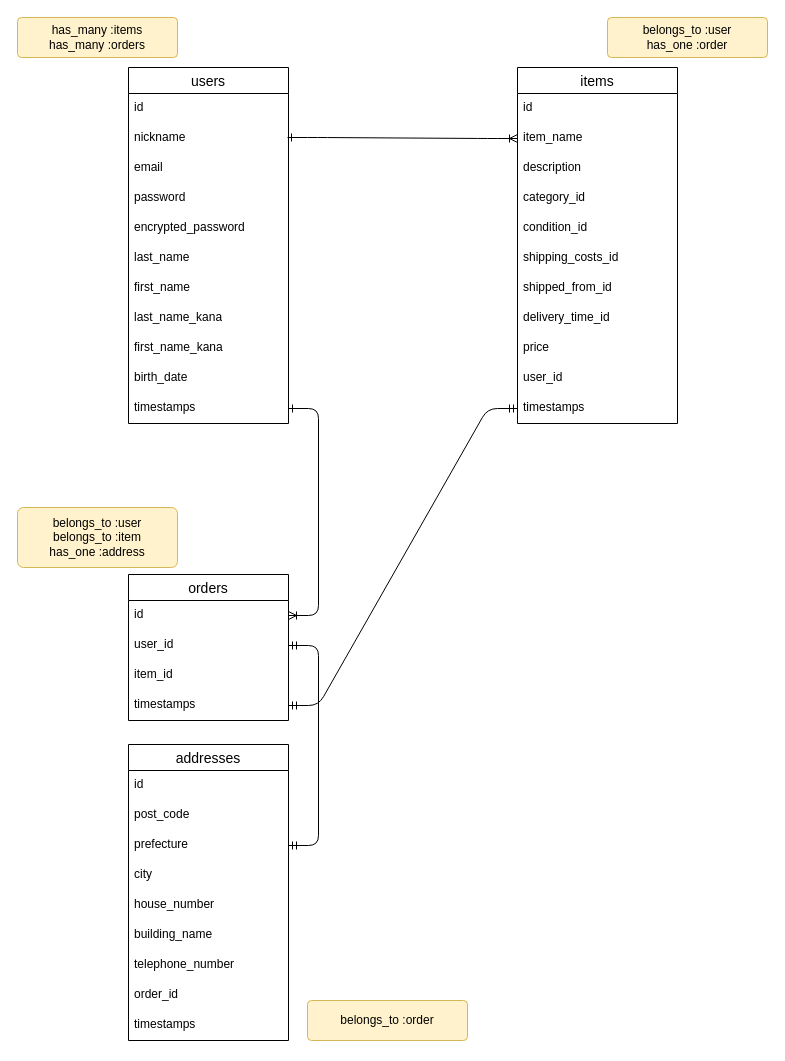
The draw.io diagram furima.dio in tomaton-not/furima-42446, before the edit. Source tidied: cells renumbered, new cells numbered last; positions are measured from the earlier drawing's top-left corner, leaving out a move shared by most shapes. Both pictures are drawn from the tidied source at 100%, with x=0, y=0 at pixel (17, 17).
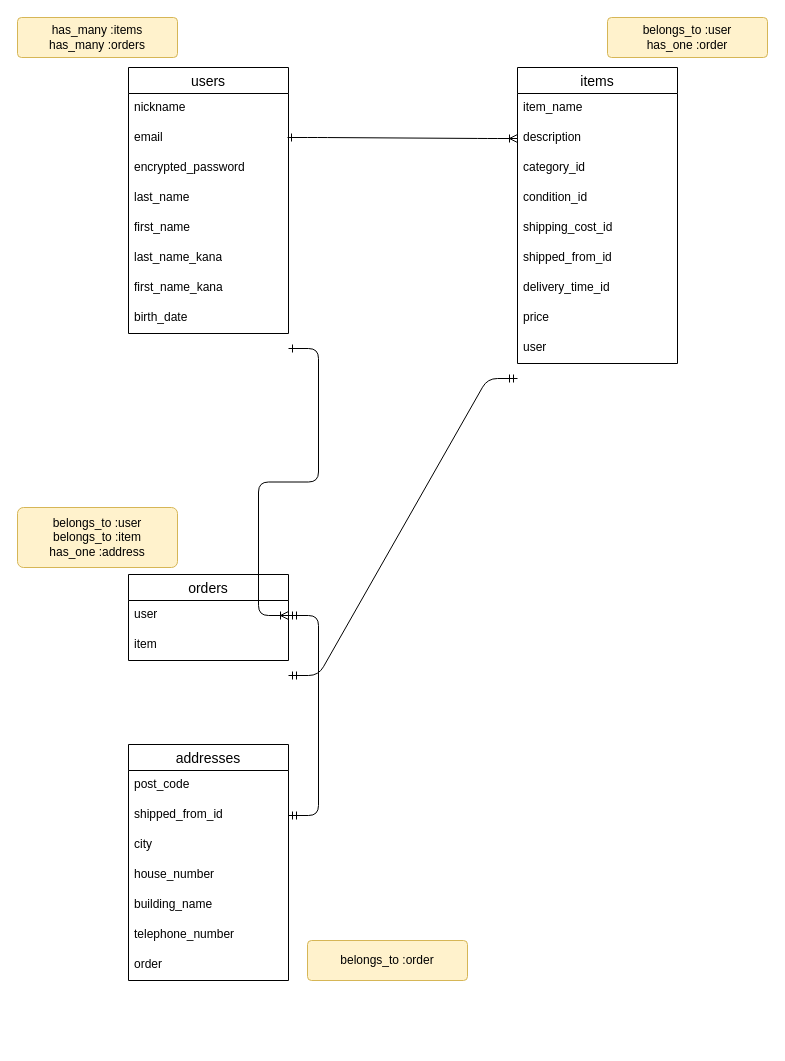
Above is the later version.

Commit message (it also covers changes not shown here):
READMEとER図の修正

The edit, as a diff of the source:
```diff
@@
     <mxCell id="2" value="users" style="swimlane;fontStyle=0;horizontal=1;startSize=26;align=center;fontSize=14;" parent="1" vertex="1">
-      <mxGeometry x="111" y="50" width="160" height="356" as="geometry" />
+      <mxGeometry x="111" y="50" width="160" height="266" as="geometry" />
     </mxCell>
-    <mxCell id="3" value="id" style="text;strokeColor=none;fillColor=none;spacingLeft=4;spacingRight=4;overflow=hidden;fontSize=12;whiteSpace=wrap;html=1;" parent="2" vertex="1">
-      <mxGeometry y="26" width="160" height="30" as="geometry" />
-    </mxCell>
     <mxCell id="4" value="nickname" style="text;strokeColor=none;fillColor=none;spacingLeft=4;spacingRight=4;overflow=hidden;fontSize=12;whiteSpace=wrap;html=1;" parent="2" vertex="1">
-      <mxGeometry y="56" width="160" height="30" as="geometry" />
+      <mxGeometry y="26" width="160" height="30" as="geometry" />
     </mxCell>
     <mxCell id="5" value="email" style="text;strokeColor=none;fillColor=none;spacingLeft=4;spacingRight=4;overflow=hidden;fontSize=12;whiteSpace=wrap;html=1;" parent="2" vertex="1">
-      <mxGeometry y="86" width="160" height="30" as="geometry" />
+      <mxGeometry y="56" width="160" height="30" as="geometry" />
     </mxCell>
-    <mxCell id="6" value="password" style="text;strokeColor=none;fillColor=none;spacingLeft=4;spacingRight=4;overflow=hidden;fontSize=12;whiteSpace=wrap;html=1;" parent="2" vertex="1">
-      <mxGeometry y="116" width="160" height="30" as="geometry" />
-    </mxCell>
     <mxCell id="7" value="encrypted_password" style="text;strokeColor=none;fillColor=none;spacingLeft=4;spacingRight=4;overflow=hidden;fontSize=12;whiteSpace=wrap;html=1;" parent="2" vertex="1">
-      <mxGeometry y="146" width="160" height="30" as="geometry" />
+      <mxGeometry y="86" width="160" height="30" as="geometry" />
     </mxCell>
     <mxCell id="8" value="last_name" style="text;strokeColor=none;fillColor=none;spacingLeft=4;spacingRight=4;overflow=hidden;fontSize=12;whiteSpace=wrap;html=1;" parent="2" vertex="1">
-      <mxGeometry y="176" width="160" height="30" as="geometry" />
+      <mxGeometry y="116" width="160" height="30" as="geometry" />
     </mxCell>
     <mxCell id="9" value="first_name" style="text;strokeColor=none;fillColor=none;spacingLeft=4;spacingRight=4;overflow=hidden;fontSize=12;whiteSpace=wrap;html=1;" parent="2" vertex="1">
-      <mxGeometry y="206" width="160" height="30" as="geometry" />
+      <mxGeometry y="146" width="160" height="30" as="geometry" />
     </mxCell>
     <mxCell id="10" value="last_name_kana" style="text;strokeColor=none;fillColor=none;spacingLeft=4;spacingRight=4;overflow=hidden;fontSize=12;whiteSpace=wrap;html=1;" parent="2" vertex="1">
-      <mxGeometry y="236" width="160" height="30" as="geometry" />
+      <mxGeometry y="176" width="160" height="30" as="geometry" />
     </mxCell>
     <mxCell id="11" value="first_name_kana" style="text;strokeColor=none;fillColor=none;spacingLeft=4;spacingRight=4;overflow=hidden;fontSize=12;whiteSpace=wrap;html=1;" parent="2" vertex="1">
-      <mxGeometry y="266" width="160" height="30" as="geometry" />
+      <mxGeometry y="206" width="160" height="30" as="geometry" />
     </mxCell>
     <mxCell id="12" value="birth_date" style="text;strokeColor=none;fillColor=none;spacingLeft=4;spacingRight=4;overflow=hidden;fontSize=12;whiteSpace=wrap;html=1;" parent="2" vertex="1">
-      <mxGeometry y="296" width="160" height="30" as="geometry" />
+      <mxGeometry y="236" width="160" height="30" as="geometry" />
     </mxCell>
-    <mxCell id="13" value="timestamps" style="text;strokeColor=none;fillColor=none;spacingLeft=4;spacingRight=4;overflow=hidden;points=[[0,0.5],[1,0.5]];portConstraint=eastwest;fontSize=12;whiteSpace=wrap;html=1;" parent="2" vertex="1">
-      <mxGeometry y="326" width="160" height="30" as="geometry" />
-    </mxCell>
     <mxCell id="14" value="items" style="swimlane;fontStyle=0;horizontal=1;startSize=26;align=center;fontSize=14;" parent="1" vertex="1">
-      <mxGeometry x="500" y="50" width="160" height="356" as="geometry" />
+      <mxGeometry x="500" y="50" width="160" height="296" as="geometry" />
     </mxCell>
-    <mxCell id="15" value="id" style="text;strokeColor=none;fillColor=none;spacingLeft=4;spacingRight=4;overflow=hidden;fontSize=12;whiteSpace=wrap;html=1;" parent="14" vertex="1">
-      <mxGeometry y="26" width="160" height="30" as="geometry" />
-    </mxCell>
     <mxCell id="16" value="item_name" style="text;strokeColor=none;fillColor=none;spacingLeft=4;spacingRight=4;overflow=hidden;fontSize=12;whiteSpace=wrap;html=1;" parent="14" vertex="1">
-      <mxGeometry y="56" width="160" height="30" as="geometry" />
+      <mxGeometry y="26" width="160" height="30" as="geometry" />
     </mxCell>
     <mxCell id="17" value="description" style="text;strokeColor=none;fillColor=none;spacingLeft=4;spacingRight=4;overflow=hidden;fontSize=12;whiteSpace=wrap;html=1;" parent="14" vertex="1">
-      <mxGeometry y="86" width="160" height="30" as="geometry" />
+      <mxGeometry y="56" width="160" height="30" as="geometry" />
     </mxCell>
     <mxCell id="18" value="category_id" style="text;strokeColor=none;fillColor=none;spacingLeft=4;spacingRight=4;overflow=hidden;fontSize=12;whiteSpace=wrap;html=1;" parent="14" vertex="1">
-      <mxGeometry y="116" width="160" height="30" as="geometry" />
+      <mxGeometry y="86" width="160" height="30" as="geometry" />
     </mxCell>
     <mxCell id="19" value="condition_id" style="text;strokeColor=none;fillColor=none;spacingLeft=4;spacingRight=4;overflow=hidden;fontSize=12;whiteSpace=wrap;html=1;" parent="14" vertex="1">
-      <mxGeometry y="146" width="160" height="30" as="geometry" />
+      <mxGeometry y="116" width="160" height="30" as="geometry" />
     </mxCell>
-    <mxCell id="20" value="shipping_costs_id" style="text;strokeColor=none;fillColor=none;spacingLeft=4;spacingRight=4;overflow=hidden;fontSize=12;whiteSpace=wrap;html=1;" parent="14" vertex="1">
-      <mxGeometry y="176" width="160" height="30" as="geometry" />
+    <mxCell id="20" value="shipping_cost_id" style="text;strokeColor=none;fillColor=none;spacingLeft=4;spacingRight=4;overflow=hidden;fontSize=12;whiteSpace=wrap;html=1;" parent="14" vertex="1">
+      <mxGeometry y="146" width="160" height="30" as="geometry" />
     </mxCell>
     <mxCell id="21" value="shipped_from_id" style="text;strokeColor=none;fillColor=none;spacingLeft=4;spacingRight=4;overflow=hidden;fontSize=12;whiteSpace=wrap;html=1;" parent="14" vertex="1">
-      <mxGeometry y="206" width="160" height="30" as="geometry" />
+      <mxGeometry y="176" width="160" height="30" as="geometry" />
     </mxCell>
     <mxCell id="22" value="delivery_time_id" style="text;strokeColor=none;fillColor=none;spacingLeft=4;spacingRight=4;overflow=hidden;fontSize=12;whiteSpace=wrap;html=1;" parent="14" vertex="1">
-      <mxGeometry y="236" width="160" height="30" as="geometry" />
+      <mxGeometry y="206" width="160" height="30" as="geometry" />
     </mxCell>
     <mxCell id="23" value="&lt;span style=&quot;color: rgb(0, 0, 0);&quot;&gt;price&lt;/span&gt;" style="text;strokeColor=none;fillColor=none;spacingLeft=4;spacingRight=4;overflow=hidden;fontSize=12;whiteSpace=wrap;html=1;" parent="14" vertex="1">
-      <mxGeometry y="266" width="160" height="30" as="geometry" />
+      <mxGeometry y="236" width="160" height="30" as="geometry" />
     </mxCell>
-    <mxCell id="24" value="user_id" style="text;strokeColor=none;fillColor=none;spacingLeft=4;spacingRight=4;overflow=hidden;fontSize=12;whiteSpace=wrap;html=1;" parent="14" vertex="1">
-      <mxGeometry y="296" width="160" height="30" as="geometry" />
+    <mxCell id="24" value="user" style="text;strokeColor=none;fillColor=none;spacingLeft=4;spacingRight=4;overflow=hidden;fontSize=12;whiteSpace=wrap;html=1;" parent="14" vertex="1">
+      <mxGeometry y="266" width="160" height="30" as="geometry" />
     </mxCell>
-    <mxCell id="25" value="&lt;span style=&quot;color: rgb(0, 0, 0);&quot;&gt;timestamps&lt;/span&gt;" style="text;strokeColor=none;fillColor=none;spacingLeft=4;spacingRight=4;overflow=hidden;points=[[0,0.5],[1,0.5]];portConstraint=eastwest;fontSize=12;whiteSpace=wrap;html=1;" parent="14" vertex="1">
-      <mxGeometry y="326" width="160" height="30" as="geometry" />
-    </mxCell>
@@
     <mxCell id="27" value="orders" style="swimlane;fontStyle=0;horizontal=1;startSize=26;align=center;fontSize=14;" parent="1" vertex="1">
-      <mxGeometry x="111" y="557" width="160" height="146" as="geometry" />
+      <mxGeometry x="111" y="557" width="160" height="86" as="geometry" />
     </mxCell>
-    <mxCell id="28" value="id" style="text;strokeColor=none;fillColor=none;spacingLeft=4;spacingRight=4;overflow=hidden;points=[[0,0.5],[1,0.5]];portConstraint=eastwest;fontSize=12;whiteSpace=wrap;html=1;" parent="27" vertex="1">
-      <mxGeometry y="26" width="160" height="30" as="geometry" />
-    </mxCell>
-    <mxCell id="29" value="user_id" style="text;strokeColor=none;fillColor=none;spacingLeft=4;spacingRight=4;overflow=hidden;points=[[0,0.5],[1,0.5]];portConstraint=eastwest;fontSize=12;whiteSpace=wrap;html=1;" parent="27" vertex="1">
-      <mxGeometry y="56" width="160" height="30" as="geometry" />
+    <mxCell id="29" value="user" style="text;strokeColor=none;fillColor=none;spacingLeft=4;spacingRight=4;overflow=hidden;points=[[0,0.5],[1,0.5]];portConstraint=eastwest;fontSize=12;whiteSpace=wrap;html=1;" parent="27" vertex="1">
+      <mxGeometry y="26" width="160" height="30" as="geometry" />
     </mxCell>
-    <mxCell id="30" value="item_id" style="text;strokeColor=none;fillColor=none;spacingLeft=4;spacingRight=4;overflow=hidden;fontSize=12;whiteSpace=wrap;html=1;" parent="27" vertex="1">
-      <mxGeometry y="86" width="160" height="30" as="geometry" />
+    <mxCell id="30" value="item" style="text;strokeColor=none;fillColor=none;spacingLeft=4;spacingRight=4;overflow=hidden;fontSize=12;whiteSpace=wrap;html=1;" parent="27" vertex="1">
+      <mxGeometry y="56" width="160" height="30" as="geometry" />
     </mxCell>
-    <mxCell id="31" value="timestamps" style="text;strokeColor=none;fillColor=none;spacingLeft=4;spacingRight=4;overflow=hidden;points=[[0,0.5],[1,0.5]];portConstraint=eastwest;fontSize=12;whiteSpace=wrap;html=1;" parent="27" vertex="1">
-      <mxGeometry y="116" width="160" height="30" as="geometry" />
-    </mxCell>
     <mxCell id="32" value="addresses" style="swimlane;fontStyle=0;horizontal=1;startSize=26;align=center;fontSize=14;" parent="1" vertex="1">
-      <mxGeometry x="111" y="727" width="160" height="296" as="geometry" />
+      <mxGeometry x="111" y="727" width="160" height="236" as="geometry" />
     </mxCell>
-    <mxCell id="33" value="id" style="text;strokeColor=none;fillColor=none;spacingLeft=4;spacingRight=4;overflow=hidden;fontSize=12;whiteSpace=wrap;html=1;" parent="32" vertex="1">
-      <mxGeometry y="26" width="160" height="30" as="geometry" />
-    </mxCell>
     <mxCell id="34" value="post_code" style="text;strokeColor=none;fillColor=none;spacingLeft=4;spacingRight=4;overflow=hidden;fontSize=12;whiteSpace=wrap;html=1;" parent="32" vertex="1">
-      <mxGeometry y="56" width="160" height="30" as="geometry" />
+      <mxGeometry y="26" width="160" height="30" as="geometry" />
     </mxCell>
-    <mxCell id="35" value="prefecture" style="text;strokeColor=none;fillColor=none;spacingLeft=4;spacingRight=4;overflow=hidden;points=[[0,0.5],[1,0.5]];portConstraint=eastwest;fontSize=12;whiteSpace=wrap;html=1;" parent="32" vertex="1">
-      <mxGeometry y="86" width="160" height="30" as="geometry" />
+    <mxCell id="35" value="&lt;span style=&quot;color: rgb(0, 0, 0);&quot;&gt;shipped_from_id&lt;/span&gt;" style="text;strokeColor=none;fillColor=none;spacingLeft=4;spacingRight=4;overflow=hidden;points=[[0,0.5],[1,0.5]];portConstraint=eastwest;fontSize=12;whiteSpace=wrap;html=1;" parent="32" vertex="1">
+      <mxGeometry y="56" width="160" height="30" as="geometry" />
     </mxCell>
     <mxCell id="36" value="city" style="text;strokeColor=none;fillColor=none;spacingLeft=4;spacingRight=4;overflow=hidden;fontSize=12;whiteSpace=wrap;html=1;" parent="32" vertex="1">
-      <mxGeometry y="116" width="160" height="30" as="geometry" />
+      <mxGeometry y="86" width="160" height="30" as="geometry" />
     </mxCell>
     <mxCell id="37" value="house_number" style="text;strokeColor=none;fillColor=none;spacingLeft=4;spacingRight=4;overflow=hidden;fontSize=12;whiteSpace=wrap;html=1;" parent="32" vertex="1">
-      <mxGeometry y="146" width="160" height="30" as="geometry" />
+      <mxGeometry y="116" width="160" height="30" as="geometry" />
     </mxCell>
     <mxCell id="38" value="building_name" style="text;strokeColor=none;fillColor=none;spacingLeft=4;spacingRight=4;overflow=hidden;fontSize=12;whiteSpace=wrap;html=1;" parent="32" vertex="1">
-      <mxGeometry y="176" width="160" height="30" as="geometry" />
+      <mxGeometry y="146" width="160" height="30" as="geometry" />
     </mxCell>
     <mxCell id="39" value="telephone_number" style="text;strokeColor=none;fillColor=none;spacingLeft=4;spacingRight=4;overflow=hidden;fontSize=12;whiteSpace=wrap;html=1;" parent="32" vertex="1">
-      <mxGeometry y="206" width="160" height="30" as="geometry" />
+      <mxGeometry y="176" width="160" height="30" as="geometry" />
     </mxCell>
-    <mxCell id="40" value="order_id" style="text;strokeColor=none;fillColor=none;spacingLeft=4;spacingRight=4;overflow=hidden;fontSize=12;whiteSpace=wrap;html=1;" parent="32" vertex="1">
-      <mxGeometry y="236" width="160" height="30" as="geometry" />
+    <mxCell id="40" value="order" style="text;strokeColor=none;fillColor=none;spacingLeft=4;spacingRight=4;overflow=hidden;fontSize=12;whiteSpace=wrap;html=1;" parent="32" vertex="1">
+      <mxGeometry y="206" width="160" height="30" as="geometry" />
     </mxCell>
-    <mxCell id="41" value="timestamps" style="text;strokeColor=none;fillColor=none;spacingLeft=4;spacingRight=4;overflow=hidden;fontSize=12;whiteSpace=wrap;html=1;" parent="32" vertex="1">
-      <mxGeometry y="266" width="160" height="30" as="geometry" />
-    </mxCell>
@@
-    <mxCell id="43" style="edgeStyle=entityRelationEdgeStyle;fontSize=12;html=1;endArrow=ERoneToMany;entryX=1;entryY=0.5;entryDx=0;entryDy=0;startArrow=ERone;startFill=0;targetPerimeterSpacing=10;sourcePerimeterSpacing=10;strokeWidth=1;strokeColor=default;exitX=1;exitY=0.5;exitDx=0;exitDy=0;" parent="1" edge="1" source="13" target="28">
-      <mxGeometry relative="1" as="geometry" />
+    <mxCell id="43" style="edgeStyle=entityRelationEdgeStyle;fontSize=12;html=1;endArrow=ERoneToMany;entryX=1;entryY=0.5;entryDx=0;entryDy=0;startArrow=ERone;startFill=0;targetPerimeterSpacing=10;sourcePerimeterSpacing=10;strokeWidth=1;strokeColor=default;exitX=1;exitY=0.5;exitDx=0;exitDy=0;" parent="1" edge="1">
+      <mxGeometry relative="1" as="geometry">
+        <mxPoint x="271" y="331" as="sourcePoint" />
+        <mxPoint x="271" y="598" as="targetPoint" />
+      </mxGeometry>
     </mxCell>
-    <mxCell id="44" style="edgeStyle=entityRelationEdgeStyle;fontSize=12;html=1;endArrow=ERmandOne;startArrow=ERmandOne;exitX=1;exitY=0.5;exitDx=0;exitDy=0;" parent="1" edge="1" source="31" target="25">
+    <mxCell id="44" style="edgeStyle=entityRelationEdgeStyle;fontSize=12;html=1;endArrow=ERmandOne;startArrow=ERmandOne;exitX=1;exitY=0.5;exitDx=0;exitDy=0;" parent="1" edge="1">
       <mxGeometry relative="1" as="geometry">
+        <mxPoint x="271" y="658" as="sourcePoint" />
+        <mxPoint x="500" y="361" as="targetPoint" />
         <Array as="points">
           <mxPoint x="548" y="339" />
           <mxPoint x="598" y="379" />
           <mxPoint x="508" y="329" />
           <mxPoint x="558" y="339" />
           <mxPoint x="508" y="339" />
         </Array>
       </mxGeometry>
     </mxCell>
@@
     <mxCell id="48" value="belongs_to :order" style="rounded=1;arcSize=10;whiteSpace=wrap;html=1;align=center;fillColor=#fff2cc;strokeColor=#d6b656;" parent="1" vertex="1">
-      <mxGeometry x="290" y="983" width="160" height="40" as="geometry" />
+      <mxGeometry x="290" y="923" width="160" height="40" as="geometry" />
     </mxCell>
```
